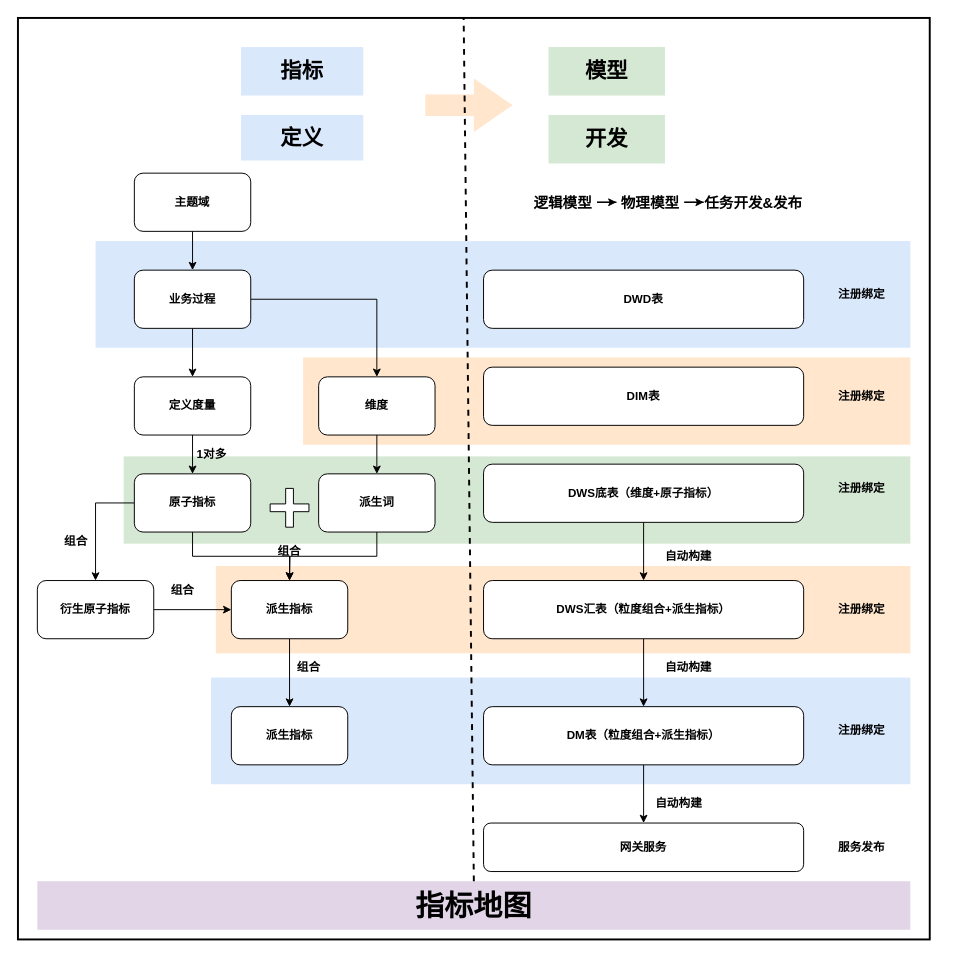
This is mt指标建设.drawio from mineminemine123/work-wiki, a draw.io file, before an edit. Source tidied: cells renumbered, new cells numbered last; positions are measured from the earlier drawing's top-left corner, leaving out a move shared by most shapes. Both pictures are drawn from the tidied source at 97%, with x=0, y=0 at pixel (17, 17).
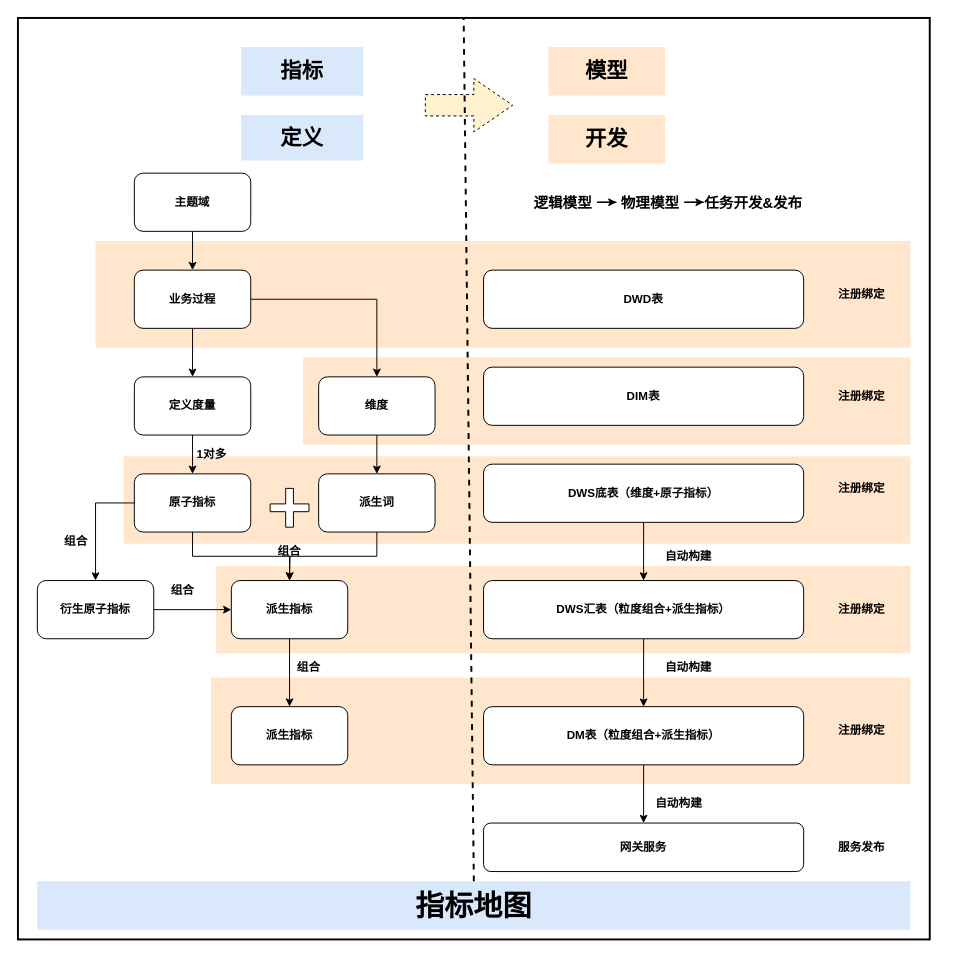
Above is the later version.

Commit message (it also covers changes not shown here):
更新mt指标建设.drawio

What changed in the source:
```diff
@@
-    <mxCell id="3" style="rounded=0;whiteSpace=wrap;html=1;dashed=1;fontStyle=1;strokeColor=none;fillColor=#d5e8d4;" parent="1" vertex="1">
+    <mxCell id="3" style="rounded=0;whiteSpace=wrap;html=1;dashed=1;fontStyle=1;strokeColor=none;fillColor=#ffe6cc;" parent="1" vertex="1">
       <mxGeometry x="109" y="452" width="811" height="90" as="geometry" />
     </mxCell>
-    <mxCell id="4" style="rounded=0;whiteSpace=wrap;html=1;dashed=1;fontStyle=1;strokeColor=none;fillColor=#dae8fc;" parent="1" vertex="1">
+    <mxCell id="4" style="rounded=0;whiteSpace=wrap;html=1;dashed=1;fontStyle=1;strokeColor=none;fillColor=#ffe6cc;" parent="1" vertex="1">
       <mxGeometry x="199" y="680" width="721" height="110" as="geometry" />
     </mxCell>
@@
-    <mxCell id="8" style="rounded=0;whiteSpace=wrap;html=1;dashed=1;fontStyle=1;strokeColor=none;fillColor=#dae8fc;" parent="1" vertex="1">
+    <mxCell id="8" style="rounded=0;whiteSpace=wrap;html=1;dashed=1;fontStyle=1;strokeColor=none;fillColor=#ffe6cc;" parent="1" vertex="1">
       <mxGeometry x="80" y="230" width="840" height="110" as="geometry" />
     </mxCell>
@@
-    <mxCell id="45" value="&lt;span style=&quot;font-size: 22px;&quot;&gt;模型&lt;/span&gt;" style="text;html=1;strokeColor=none;fillColor=#d5e8d4;align=center;verticalAlign=middle;whiteSpace=wrap;rounded=0;fontStyle=1;" parent="1" vertex="1">
+    <mxCell id="45" value="&lt;span style=&quot;font-size: 22px;&quot;&gt;模型&lt;/span&gt;" style="text;html=1;strokeColor=none;fillColor=#ffe6cc;align=center;verticalAlign=middle;whiteSpace=wrap;rounded=0;fontStyle=1;" parent="1" vertex="1">
       <mxGeometry x="547" y="30" width="120" height="50" as="geometry" />
     </mxCell>
-    <mxCell id="46" value="&lt;span style=&quot;font-size: 22px;&quot;&gt;开发&lt;/span&gt;" style="text;html=1;strokeColor=none;fillColor=#d5e8d4;align=center;verticalAlign=middle;whiteSpace=wrap;rounded=0;fontStyle=1;" parent="1" vertex="1">
+    <mxCell id="46" value="&lt;span style=&quot;font-size: 22px;&quot;&gt;开发&lt;/span&gt;" style="text;html=1;strokeColor=none;fillColor=#ffe6cc;align=center;verticalAlign=middle;whiteSpace=wrap;rounded=0;fontStyle=1;" parent="1" vertex="1">
       <mxGeometry x="547" y="100" width="120" height="50" as="geometry" />
     </mxCell>
@@
-    <mxCell id="49" value="&lt;font style=&quot;font-size: 30px;&quot;&gt;指标地图&lt;/font&gt;" style="rounded=0;whiteSpace=wrap;html=1;fontStyle=1;fillColor=#e1d5e7;strokeColor=none;" parent="1" vertex="1">
+    <mxCell id="49" value="&lt;font style=&quot;font-size: 30px;&quot;&gt;指标地图&lt;/font&gt;" style="rounded=0;whiteSpace=wrap;html=1;fontStyle=1;fillColor=#dae8fc;strokeColor=none;" parent="1" vertex="1">
       <mxGeometry x="20" y="890" width="900" height="50" as="geometry" />
     </mxCell>
@@
-    <mxCell id="57" style="html=1;shadow=0;dashed=0;align=center;verticalAlign=middle;shape=mxgraph.arrows2.arrow;dy=0.6;dx=40;notch=0;strokeColor=none;fontSize=15;fillColor=#ffe6cc;" parent="1" vertex="1">
+    <mxCell id="57" style="html=1;shadow=0;dashed=1;align=center;verticalAlign=middle;shape=mxgraph.arrows2.arrow;dy=0.6;dx=40;notch=0;strokeColor=default;fontSize=15;fillColor=#fff2cc;strokeWidth=1;" parent="1" vertex="1">
       <mxGeometry x="420" y="62.5" width="90" height="55" as="geometry" />
     </mxCell>
```
